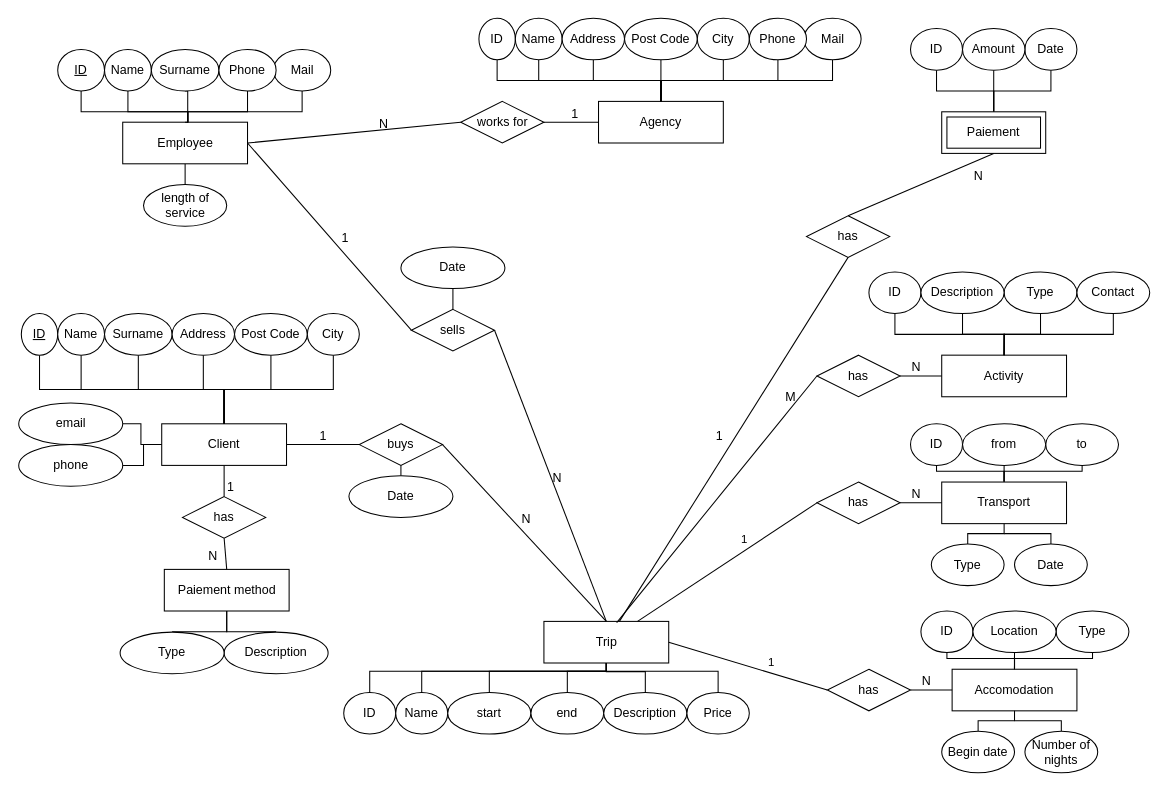
Before: page "Proposition 2" (2 of 3) of DB Projekt 1.drawio in phootrf/DBProjet1, a draw.io diagram. Source tidied: cells renumbered, new cells numbered last; positions are measured from the earlier drawing's top-left corner, leaving out a move shared by most shapes. Both pictures are drawn from the tidied source at 104%, with x=0, y=0 at pixel (18, 18).
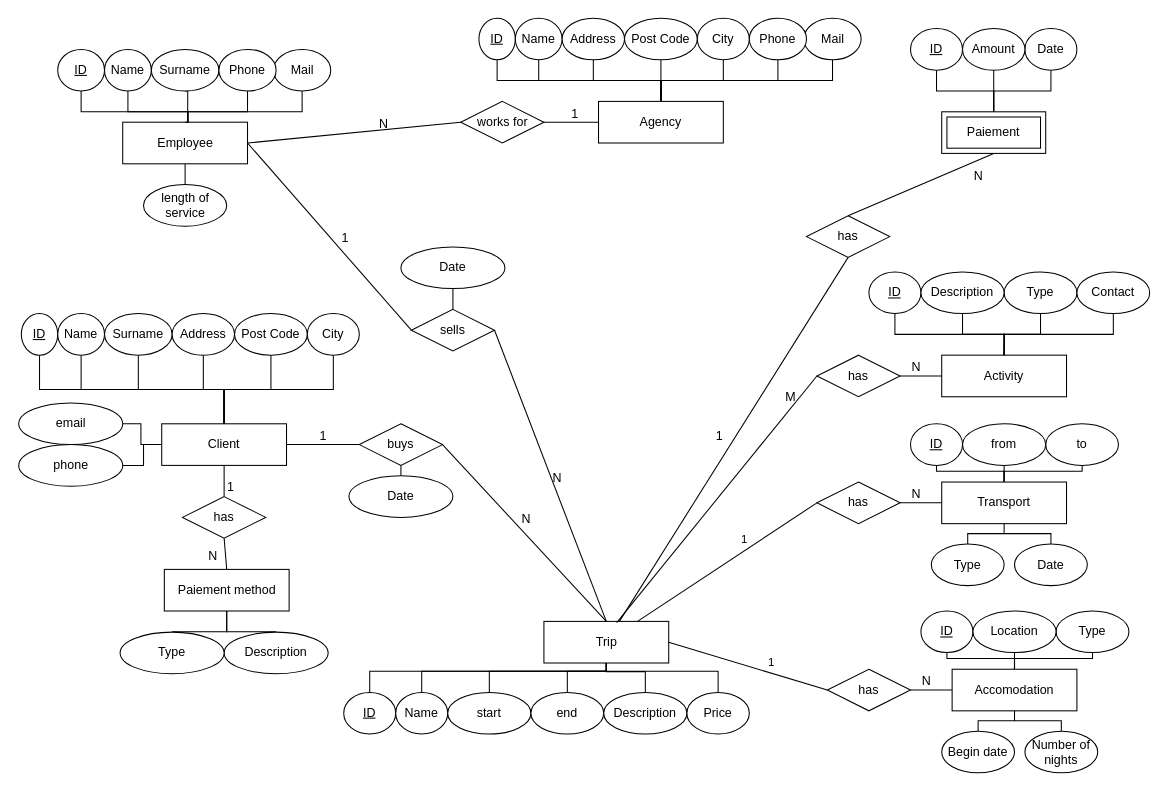
After the change.

The edit, as a diff of the source:
```diff
@@
-    <mxCell id="20" value="ID" style="ellipse;whiteSpace=wrap;html=1;align=center;" parent="1" vertex="1">
+    <mxCell id="20" value="ID" style="ellipse;whiteSpace=wrap;html=1;align=center;fontStyle=4;" parent="1" vertex="1">
       <mxGeometry x="818" y="244" width="50" height="40" as="geometry" />
     </mxCell>
@@
-    <mxCell id="26" value="ID" style="ellipse;whiteSpace=wrap;html=1;align=center;" parent="1" vertex="1">
+    <mxCell id="26" value="ID" style="ellipse;whiteSpace=wrap;html=1;align=center;fontStyle=4;" parent="1" vertex="1">
       <mxGeometry x="313" y="648.3" width="50" height="40" as="geometry" />
     </mxCell>
@@
-    <mxCell id="60" value="ID" style="ellipse;whiteSpace=wrap;html=1;align=center;" parent="1" vertex="1">
+    <mxCell id="60" value="ID" style="ellipse;whiteSpace=wrap;html=1;align=center;fontStyle=4;" parent="1" vertex="1">
       <mxGeometry x="858" y="10" width="50" height="40" as="geometry" />
     </mxCell>
@@
-    <mxCell id="98" value="ID" style="ellipse;whiteSpace=wrap;html=1;align=center;" parent="1" vertex="1">
+    <mxCell id="98" value="ID" style="ellipse;whiteSpace=wrap;html=1;align=center;fontStyle=4;" parent="1" vertex="1">
       <mxGeometry x="443" width="35" height="40" as="geometry" />
     </mxCell>
@@
-    <mxCell id="118" value="ID" style="ellipse;whiteSpace=wrap;html=1;align=center;" parent="1" vertex="1">
+    <mxCell id="118" value="ID" style="ellipse;whiteSpace=wrap;html=1;align=center;fontStyle=4;" parent="1" vertex="1">
       <mxGeometry x="858" y="390" width="50" height="40" as="geometry" />
     </mxCell>
@@
-    <mxCell id="135" value="ID" style="ellipse;whiteSpace=wrap;html=1;align=center;" parent="1" vertex="1">
+    <mxCell id="135" value="ID" style="ellipse;whiteSpace=wrap;html=1;align=center;fontStyle=4;" parent="1" vertex="1">
       <mxGeometry x="868" y="570" width="50" height="40" as="geometry" />
     </mxCell>
```
